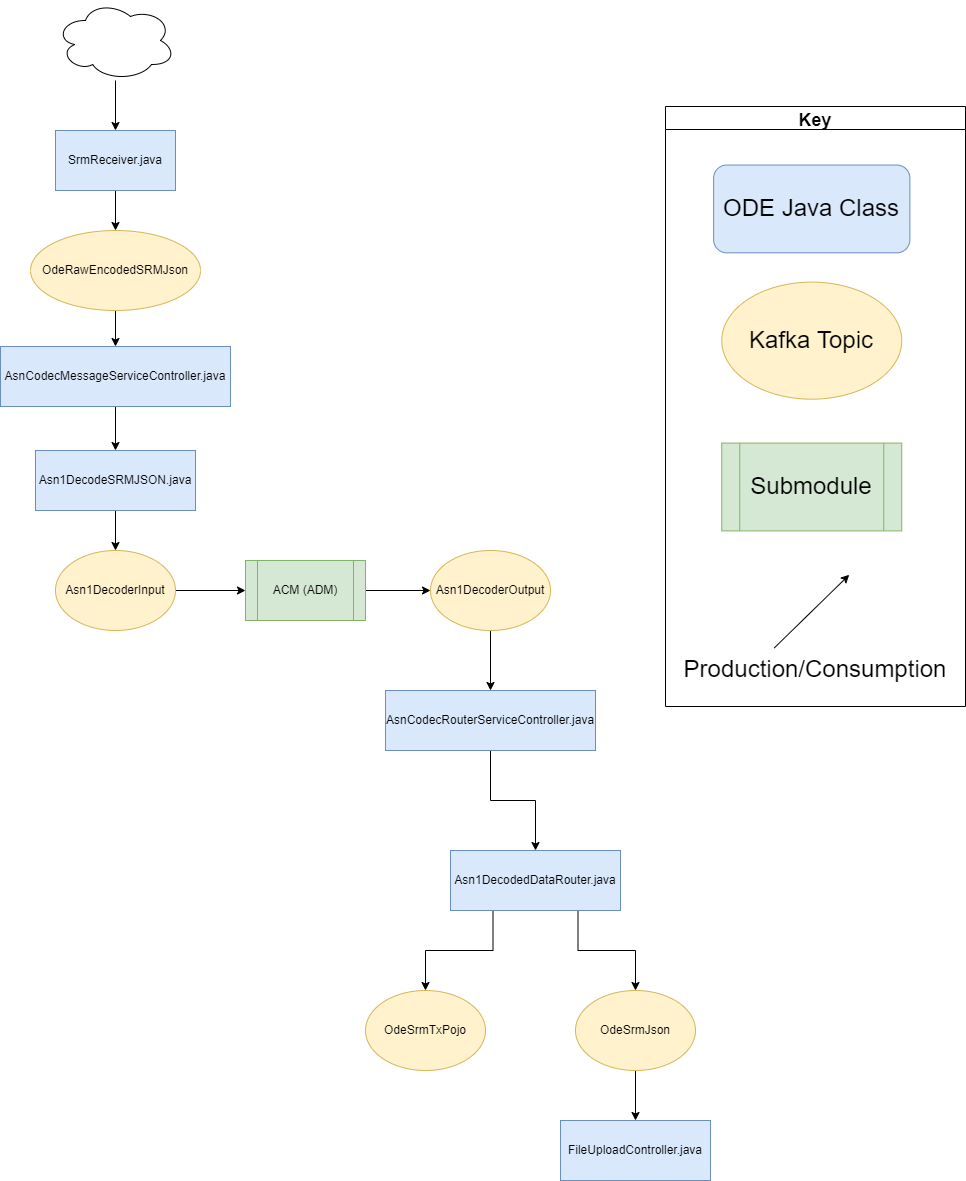
usdot-jpo-ode/jpo-ode keeps this draw.io diagram as docs/data-flow-diagrams/srm/SRM Data Flow.drawio.png. Above is the earlier version. Source tidied: cells renumbered, new cells last; positions are measured from the earlier drawing's top-left corner, leaving out a move shared by most shapes.
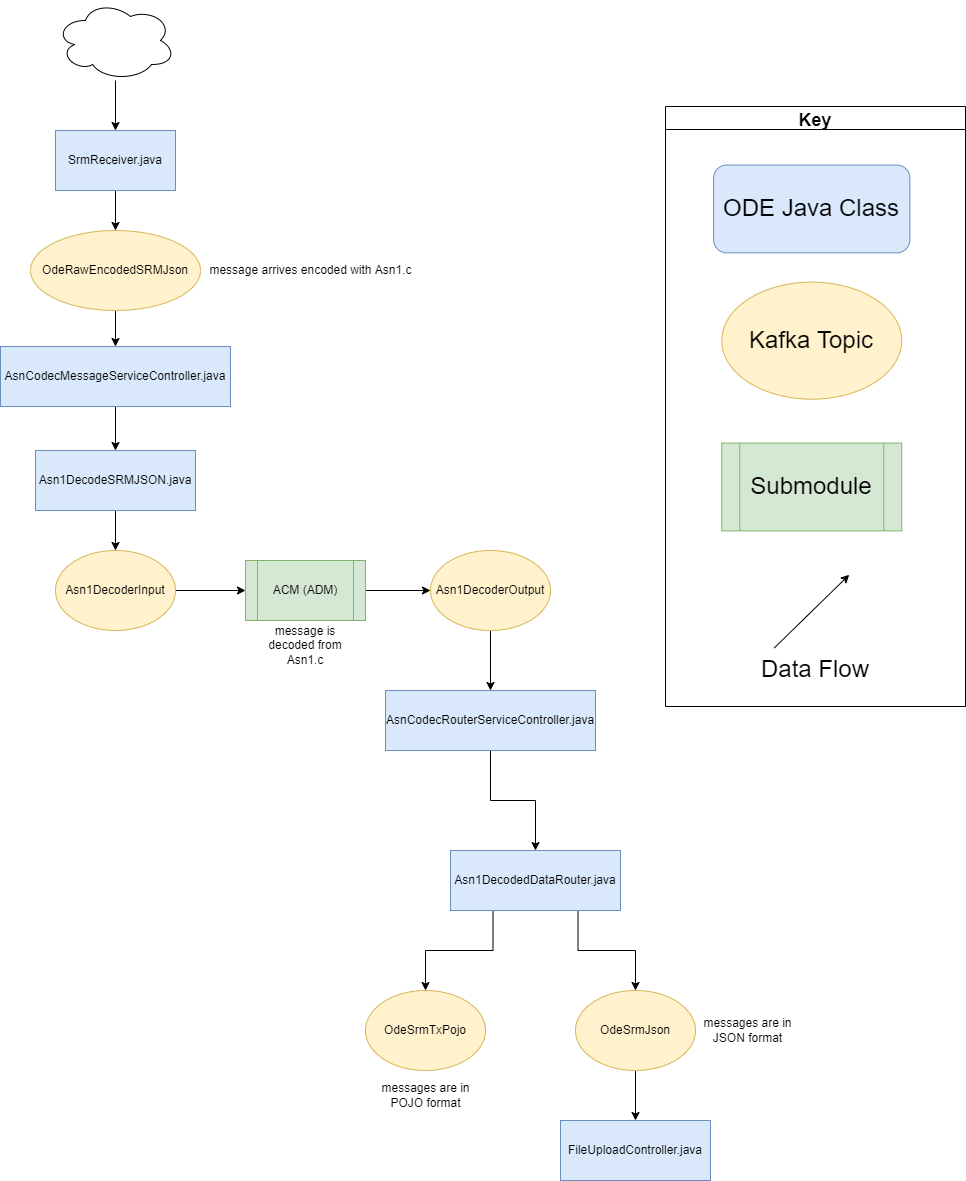
After the commit.

Commit message:
Added contextual explanations to the SRM Data Flow diagram.

What changed in the source:
```diff
@@ -74,8 +74,8 @@
     <mxCell id="25" value="Key" style="swimlane;labelBackgroundColor=none;fontSize=18;" parent="23" vertex="1">
       <mxGeometry width="300" height="600" as="geometry" />
     </mxCell>
-    <mxCell id="26" value="&lt;font style=&quot;font-size: 24px&quot;&gt;Production/Consumption&lt;/font&gt;" style="text;html=1;strokeColor=none;fillColor=none;align=center;verticalAlign=middle;whiteSpace=wrap;rounded=0;labelBackgroundColor=none;" parent="25" vertex="1">
-      <mxGeometry x="105" y="541.5" width="90" height="43.9" as="geometry" />
+    <mxCell id="26" value="&lt;font style=&quot;font-size: 24px&quot;&gt;Data Flow&lt;/font&gt;" style="text;html=1;strokeColor=none;fillColor=none;align=center;verticalAlign=middle;whiteSpace=wrap;rounded=0;labelBackgroundColor=none;" parent="25" vertex="1">
+      <mxGeometry x="90" y="541.5" width="120" height="43.9" as="geometry" />
     </mxCell>
     <mxCell id="27" style="endArrow=classic;html=1;rounded=0;labelBackgroundColor=none;" parent="25" edge="1">
       <mxGeometry relative="1" as="geometry">
@@ -101,5 +101,17 @@
     <mxCell id="33" value="OdeSrmJson" style="ellipse;whiteSpace=wrap;html=1;fillColor=#fff2cc;strokeColor=#d6b656;" parent="1" vertex="1">
       <mxGeometry x="575" y="990" width="120" height="80" as="geometry" />
     </mxCell>
+    <mxCell id="34" value="message arrives encoded with Asn1.c" style="text;html=1;align=center;verticalAlign=middle;strokeColor=none;fillColor=none;" parent="1" vertex="1">
+      <mxGeometry x="200" y="260" width="220" height="20" as="geometry" />
+    </mxCell>
+    <mxCell id="35" value="message is decoded from Asn1.c" style="text;html=1;strokeColor=none;fillColor=none;align=center;verticalAlign=middle;whiteSpace=wrap;rounded=0;" parent="1" vertex="1">
+      <mxGeometry x="250" y="620" width="110" height="50" as="geometry" />
+    </mxCell>
+    <mxCell id="36" value="messages are in POJO format" style="text;html=1;strokeColor=none;fillColor=none;align=center;verticalAlign=middle;whiteSpace=wrap;rounded=0;" parent="1" vertex="1">
+      <mxGeometry x="372.5" y="1070" width="105" height="50" as="geometry" />
+    </mxCell>
+    <mxCell id="37" value="messages are in JSON format" style="text;html=1;strokeColor=none;fillColor=none;align=center;verticalAlign=middle;whiteSpace=wrap;rounded=0;" parent="1" vertex="1">
+      <mxGeometry x="695" y="1005" width="105" height="50" as="geometry" />
+    </mxCell>
   </root>
 </mxGraphModel>
```
